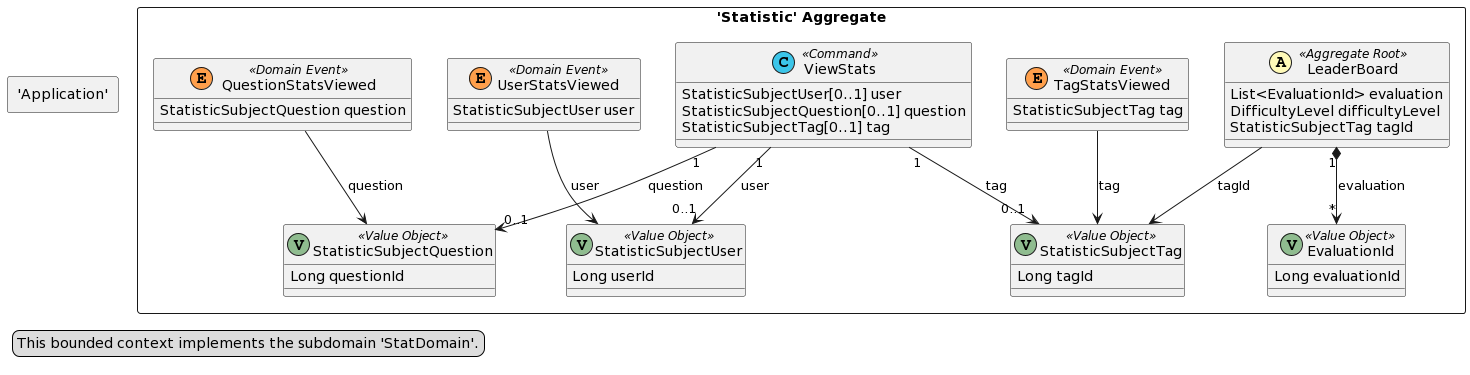
Before: doc/dist/src-gen/gamedev_BC_StatContext.png, a diagram exported from PlantUML (esgi-lyon/question-ddd).
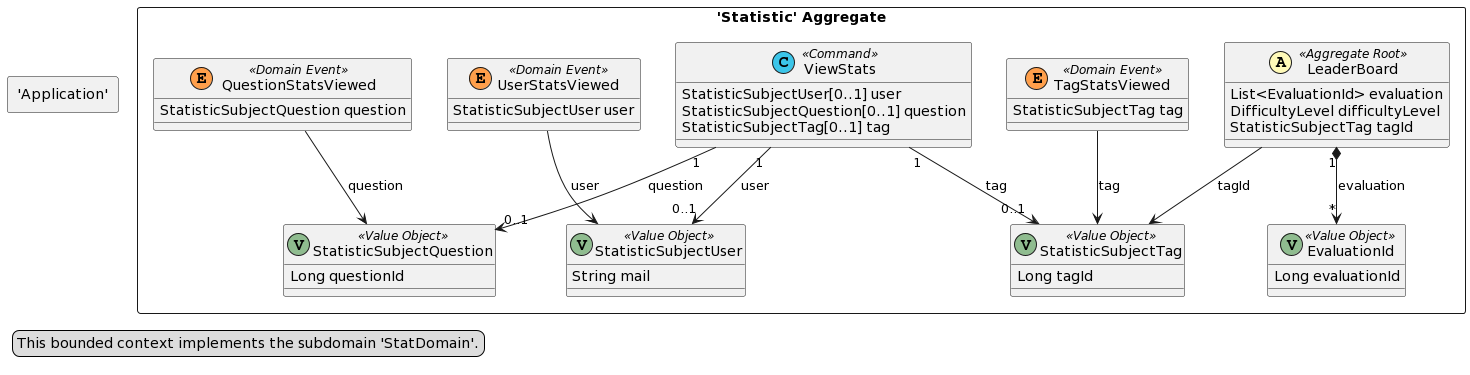
Later version of the same file.

What changed in the source:
```diff
@@ -14,7 +14,7 @@
 		Long tagId
 	}
 	class StatisticSubjectUser <<(V,DarkSeaGreen) Value Object>> {
-		Long userId
+		String mail
 	}
 	class StatisticSubjectQuestion <<(V,DarkSeaGreen) Value Object>> {
 		Long questionId
```
